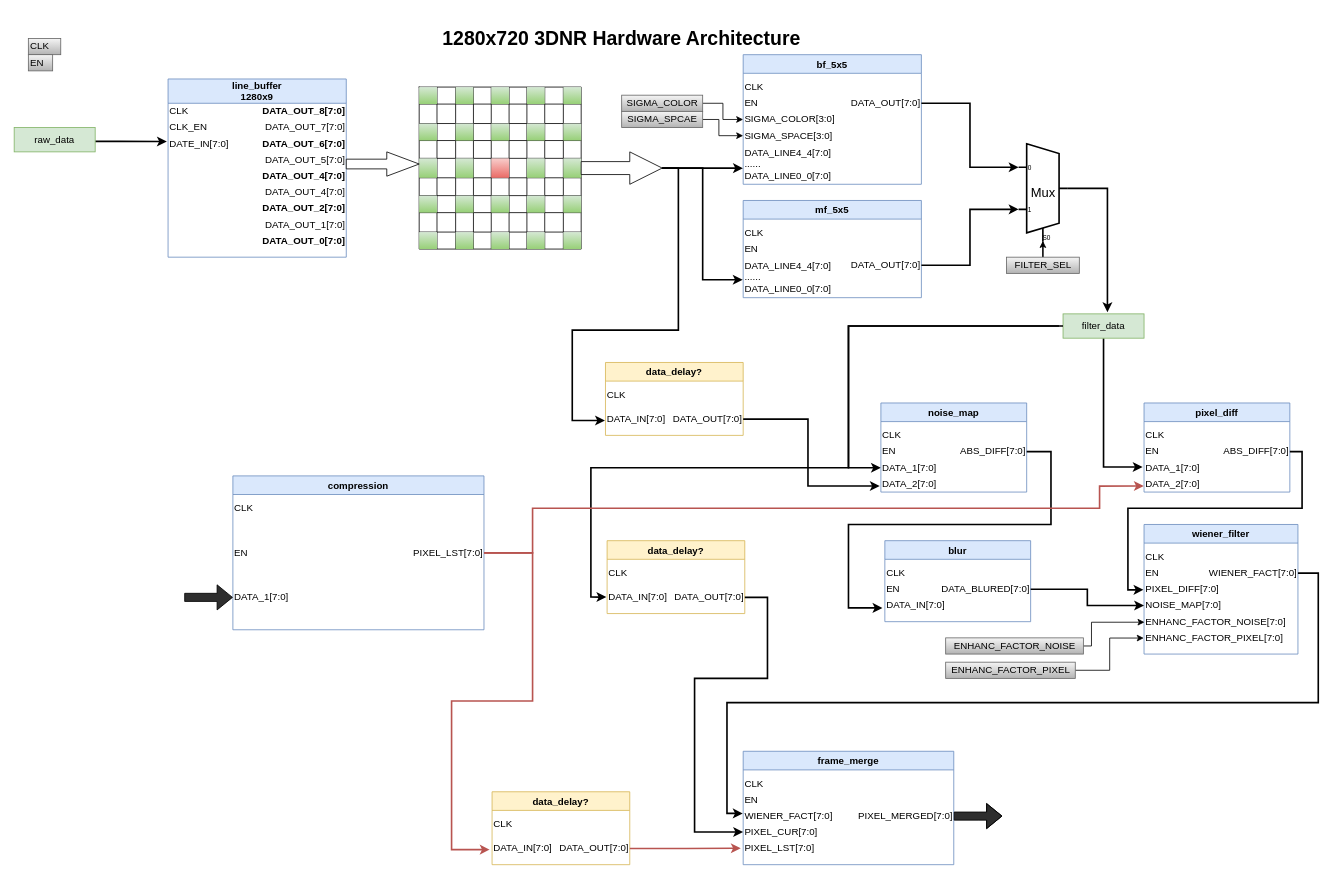
Above: page "ModulePartation" (2 of 2) of 3DNR/3DNR_hardware.drawio in sustcsugar/draw.io (draw.io), before the change. Source tidied: cells renumbered, new cells numbered last; positions are measured from the earlier drawing's top-left corner, leaving out a move shared by most shapes. Both pictures are drawn from the tidied source at 81%, with x=0, y=0 at pixel (14, 22).
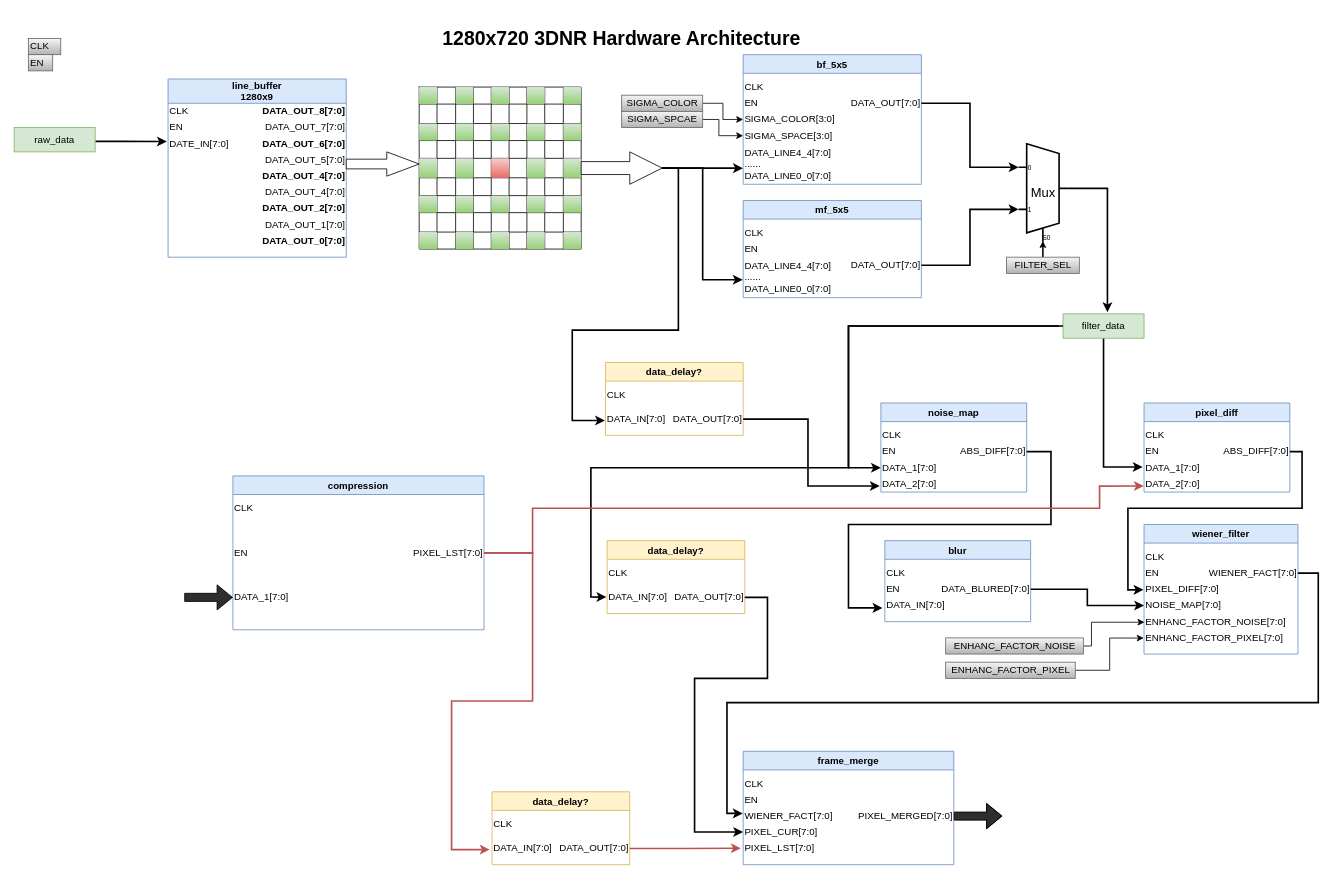
After the change.

Commit message:
2021-11-09 15:25:01 from SHI Gang

The change refers to these unchanged cells:
```xml
<mxCell id="52" value="line_buffer&#10;1280x9" style="swimlane;fillColor=#dae8fc;strokeColor=#6c8ebf;startSize=30;direction=east;" parent="1" vertex="1">
  <mxGeometry x="190" y="70" width="220" height="220" as="geometry" />
</mxCell>
```

What changed in the source:
```diff
@@
-    <mxCell id="54" value="CLK_EN" style="text;html=1;align=left;verticalAlign=middle;strokeColor=none;fillColor=none;" parent="52" vertex="1">
-      <mxGeometry y="50" width="60" height="20" as="geometry" />
+    <mxCell id="54" value="EN" style="text;html=1;align=left;verticalAlign=middle;strokeColor=none;fillColor=none;" parent="52" vertex="1">
+      <mxGeometry y="50" width="30" height="20" as="geometry" />
     </mxCell>
```
